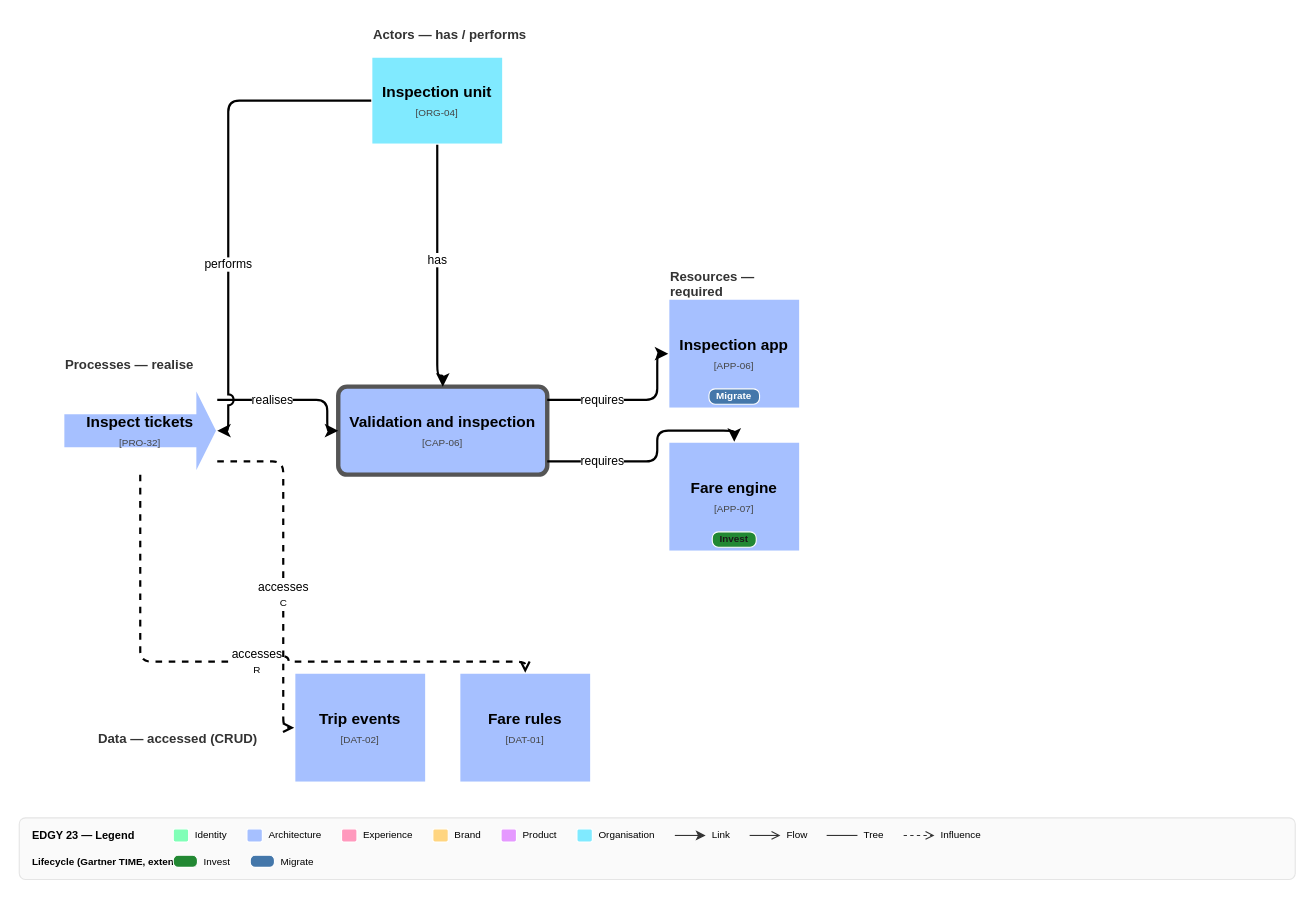
Earlier version of the draw.io diagram page "Capability · CAP-06 Validation and inspection" (2 of 4) of skills/documentation/edgy-diagram/examples/expected-capability-view.drawio (Rahola/edgy-skills). Source tidied: cells renumbered, new cells numbered last; positions are measured from the earlier drawing's top-left corner, leaving out a move shared by most shapes. Both pictures are drawn from the tidied source at 110%, with x=0, y=0 at pixel (19, 19).
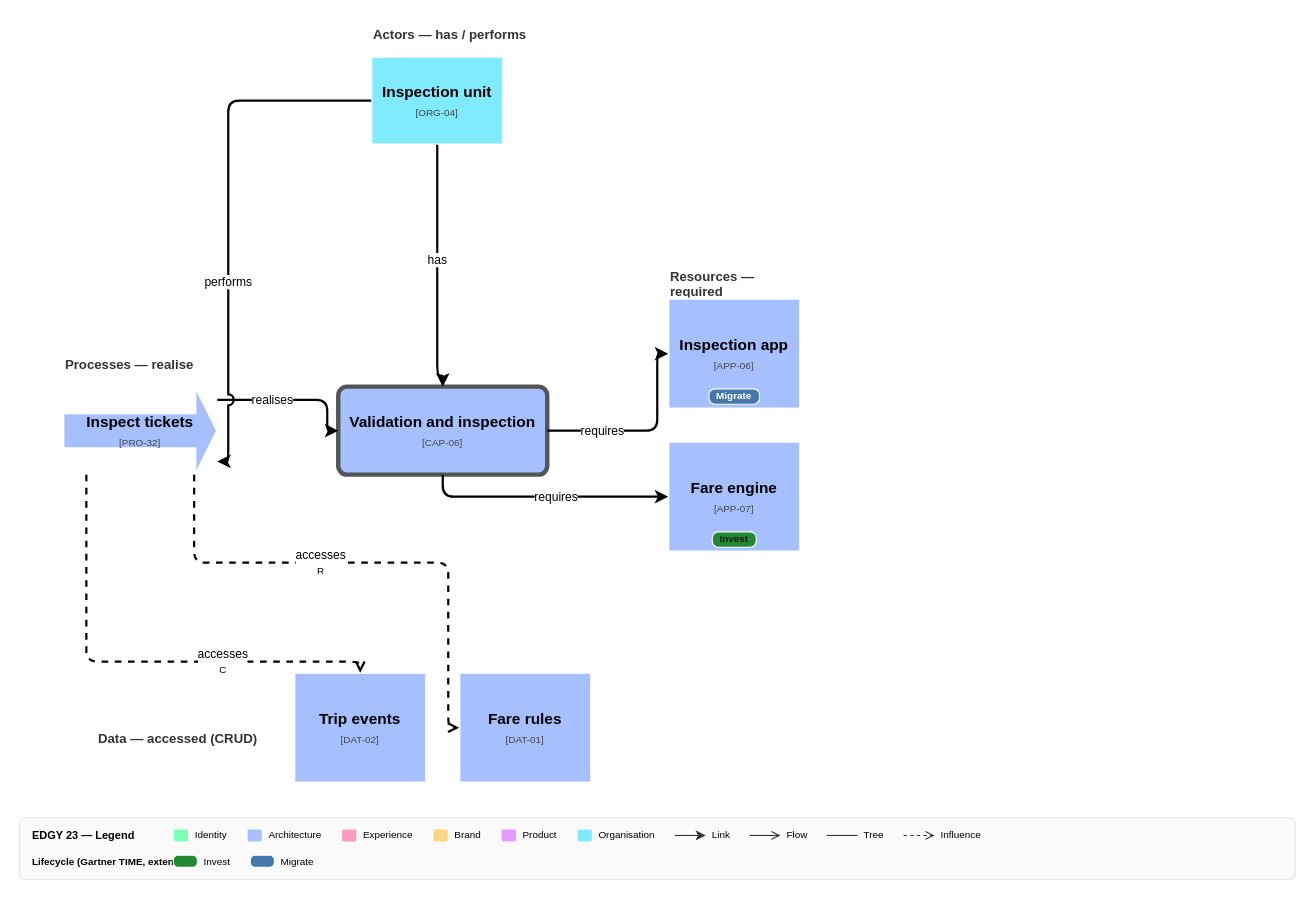
Above is the later version.

The change refers to these unchanged cells:
```xml
<mxCell id="6" value="&lt;b&gt;Validation and inspection&lt;/b&gt;&lt;br&gt;&lt;font style=&quot;font-size:9px;color:#444444;font-weight:normal&quot;&gt;[CAP-06]&lt;/font&gt;" style="rounded=1;whiteSpace=wrap;html=1;fillColor=#a6c0ff;strokeColor=#555555;strokeWidth=4;arcSize=10;verticalAlign=middle;fontStyle=1;fontSize=14;edgyId=CAP-06;edgyType=capability;edgyFacet=architecture;edgyOcc=capability-cap-06-validation-and-inspection/6;" parent="1" vertex="1">
  <mxGeometry x="290" y="334" width="190" height="80" as="geometry" />
</mxCell>
<mxCell id="7" value="&lt;b&gt;Inspect tickets&lt;/b&gt;&lt;br&gt;&lt;font style=&quot;font-size:9px;color:#444444;font-weight:normal&quot;&gt;[PRO-32]&lt;/font&gt;" style="shape=mxgraph.arrows2.arrow;dy=0.6;dx=20;notch=0;whiteSpace=wrap;html=1;fillColor=#a6c0ff;strokeColor=#FFFFFF;strokeWidth=2;verticalAlign=middle;fontStyle=1;fontSize=14;edgyId=PRO-32;edgyType=process;edgyFacet=architecture;edgyOcc=capability-cap-06-validation-and-inspection/7;" parent="1" vertex="1">
  <mxGeometry x="40" y="334" width="140" height="80" as="geometry" />
</mxCell>
<mxCell id="8" value="&lt;b&gt;Inspection app&lt;/b&gt;&lt;br&gt;&lt;font style=&quot;font-size:9px;color:#444444;font-weight:normal&quot;&gt;[APP-06]&lt;/font&gt;" style="whiteSpace=wrap;html=1;fillColor=#a6c0ff;strokeColor=#FFFFFF;strokeWidth=2;verticalAlign=middle;fontStyle=1;fontSize=14;edgyId=APP-06;edgyType=asset;edgyKind=application;edgyFacet=architecture;edgyOcc=capability-cap-06-validation-and-inspection/8;" parent="1" vertex="1">
  <mxGeometry x="590" y="254" width="120" height="100" as="geometry" />
</mxCell>
<mxCell id="10" value="&lt;b&gt;Fare engine&lt;/b&gt;&lt;br&gt;&lt;font style=&quot;font-size:9px;color:#444444;font-weight:normal&quot;&gt;[APP-07]&lt;/font&gt;" style="whiteSpace=wrap;html=1;fillColor=#a6c0ff;strokeColor=#FFFFFF;strokeWidth=2;verticalAlign=middle;fontStyle=1;fontSize=14;edgyId=APP-07;edgyType=asset;edgyKind=application;edgyFacet=architecture;edgyOcc=capability-cap-06-validation-and-inspection/10;" parent="1" vertex="1">
  <mxGeometry x="590" y="384" width="120" height="100" as="geometry" />
</mxCell>
<mxCell id="12" value="&lt;b&gt;Inspection unit&lt;/b&gt;&lt;br&gt;&lt;font style=&quot;font-size:9px;color:#444444;font-weight:normal&quot;&gt;[ORG-04]&lt;/font&gt;" style="whiteSpace=wrap;html=1;fillColor=#80eaff;strokeColor=#FFFFFF;strokeWidth=2;verticalAlign=middle;fontStyle=1;fontSize=14;edgyId=ORG-04;edgyType=organisation;edgyFacet=intersection;edgyOcc=capability-cap-06-validation-and-inspection/12;" parent="1" vertex="1">
  <mxGeometry x="320" y="34" width="120" height="80" as="geometry" />
</mxCell>
<mxCell id="13" value="&lt;b&gt;Trip events&lt;/b&gt;&lt;br&gt;&lt;font style=&quot;font-size:9px;color:#444444;font-weight:normal&quot;&gt;[DAT-02]&lt;/font&gt;" style="whiteSpace=wrap;html=1;fillColor=#a6c0ff;strokeColor=#FFFFFF;strokeWidth=2;verticalAlign=middle;fontStyle=1;fontSize=14;edgyId=DAT-02;edgyType=asset;edgyKind=data;edgyFacet=architecture;edgyOcc=capability-cap-06-validation-and-inspection/13;" parent="1" vertex="1">
  <mxGeometry x="250" y="594" width="120" height="100" as="geometry" />
</mxCell>
<mxCell id="14" value="&lt;b&gt;Fare rules&lt;/b&gt;&lt;br&gt;&lt;font style=&quot;font-size:9px;color:#444444;font-weight:normal&quot;&gt;[DAT-01]&lt;/font&gt;" style="whiteSpace=wrap;html=1;fillColor=#a6c0ff;strokeColor=#FFFFFF;strokeWidth=2;verticalAlign=middle;fontStyle=1;fontSize=14;edgyId=DAT-01;edgyType=asset;edgyKind=data;edgyFacet=architecture;edgyOcc=capability-cap-06-validation-and-inspection/14;" parent="1" vertex="1">
  <mxGeometry x="400" y="594" width="120" height="100" as="geometry" />
</mxCell>
```

The edit, as a diff of the source:
```diff
@@
-    <mxCell id="16" value="requires" style="edgeStyle=orthogonalEdgeStyle;rounded=1;strokeWidth=2;fontSize=11;html=1;jumpStyle=arc;jumpSize=8;labelBackgroundColor=#ffffff;labelBorderColor=none;endArrow=classic;endFill=1;exitX=1.0;exitY=0.15;exitDx=0;exitDy=0;entryX=0.0;entryY=0.5;entryDx=0;entryDy=0;" parent="1" edge="1" source="6" target="8">
-      <mxGeometry x="-0.34" relative="1" as="geometry">
+    <mxCell id="16" value="requires" style="edgeStyle=orthogonalEdgeStyle;rounded=1;strokeWidth=2;fontSize=11;html=1;jumpStyle=arc;jumpSize=8;labelBackgroundColor=#ffffff;labelBorderColor=none;endArrow=classic;endFill=1;exitX=1.0;exitY=0.5;exitDx=0;exitDy=0;entryX=0.0;entryY=0.5;entryDx=0;entryDy=0;" parent="1" edge="1" source="6" target="8">
+      <mxGeometry x="-0.44" relative="1" as="geometry">
         <Array as="points">
-          <mxPoint x="490" y="346" />
-          <mxPoint x="580" y="346" />
+          <mxPoint x="490" y="374" />
+          <mxPoint x="580" y="374" />
           <mxPoint x="580" y="304" />
         </Array>
       </mxGeometry>
     </mxCell>
-    <mxCell id="17" value="requires" style="edgeStyle=orthogonalEdgeStyle;rounded=1;strokeWidth=2;fontSize=11;html=1;jumpStyle=arc;jumpSize=8;labelBackgroundColor=#ffffff;labelBorderColor=none;endArrow=classic;endFill=1;exitX=1.0;exitY=0.85;exitDx=0;exitDy=0;entryX=0.5;entryY=0.0;entryDx=0;entryDy=0;" parent="1" edge="1" source="6" target="10">
-      <mxGeometry x="-0.52" relative="1" as="geometry">
+    <mxCell id="17" value="requires" style="edgeStyle=orthogonalEdgeStyle;rounded=1;strokeWidth=2;fontSize=11;html=1;jumpStyle=arc;jumpSize=8;labelBackgroundColor=#ffffff;labelBorderColor=none;endArrow=classic;endFill=1;exitX=0.5;exitY=1.0;exitDx=0;exitDy=0;entryX=0.0;entryY=0.5;entryDx=0;entryDy=0;" parent="1" edge="1" source="6" target="10">
+      <mxGeometry x="0.09" relative="1" as="geometry">
         <Array as="points">
-          <mxPoint x="490" y="402" />
-          <mxPoint x="580" y="402" />
-          <mxPoint x="580" y="374" />
-          <mxPoint x="650" y="374" />
+          <mxPoint x="385" y="424" />
+          <mxPoint x="385" y="434" />
+          <mxPoint x="580" y="434" />
         </Array>
       </mxGeometry>
     </mxCell>
@@
-    <mxCell id="19" value="performs" style="edgeStyle=orthogonalEdgeStyle;rounded=1;strokeWidth=2;fontSize=11;html=1;jumpStyle=arc;jumpSize=8;labelBackgroundColor=#ffffff;labelBorderColor=none;endArrow=classic;endFill=1;exitX=0.0;exitY=0.5;exitDx=0;exitDy=0;entryX=1.0;entryY=0.5;entryDx=0;entryDy=0;" parent="1" edge="1" source="12" target="7">
-      <mxGeometry x="0.27" relative="1" as="geometry">
+    <mxCell id="19" value="performs" style="edgeStyle=orthogonalEdgeStyle;rounded=1;strokeWidth=2;fontSize=11;html=1;jumpStyle=arc;jumpSize=8;labelBackgroundColor=#ffffff;labelBorderColor=none;endArrow=classic;endFill=1;exitX=0.0;exitY=0.5;exitDx=0;exitDy=0;entryX=1.0;entryY=0.85;entryDx=0;entryDy=0;" parent="1" edge="1" source="12" target="7">
+      <mxGeometry x="0.26" relative="1" as="geometry">
         <Array as="points">
           <mxPoint x="310" y="74" />
           <mxPoint x="190" y="74" />
-          <mxPoint x="190" y="374" />
+          <mxPoint x="190" y="402" />
         </Array>
       </mxGeometry>
     </mxCell>
-    <mxCell id="20" value="accesses&lt;br&gt;&lt;font style=&quot;font-size:9px&quot;&gt;C&lt;/font&gt;" style="edgeStyle=orthogonalEdgeStyle;rounded=1;strokeWidth=2;fontSize=11;html=1;jumpStyle=arc;jumpSize=8;labelBackgroundColor=#ffffff;labelBorderColor=none;endArrow=open;endFill=0;dashed=1;exitX=1.0;exitY=0.85;exitDx=0;exitDy=0;entryX=0.0;entryY=0.5;entryDx=0;entryDy=0;" parent="1" edge="1" source="7" target="13">
-      <mxGeometry x="0.16" relative="1" as="geometry">
+    <mxCell id="20" value="accesses&lt;br&gt;&lt;font style=&quot;font-size:9px&quot;&gt;C&lt;/font&gt;" style="edgeStyle=orthogonalEdgeStyle;rounded=1;strokeWidth=2;fontSize=11;html=1;jumpStyle=arc;jumpSize=8;labelBackgroundColor=#ffffff;labelBorderColor=none;endArrow=open;endFill=0;dashed=1;exitX=0.15;exitY=1.0;exitDx=0;exitDy=0;entryX=0.5;entryY=0.0;entryDx=0;entryDy=0;" parent="1" edge="1" source="7" target="13">
+      <mxGeometry x="0.37" relative="1" as="geometry">
         <Array as="points">
-          <mxPoint x="190" y="402" />
-          <mxPoint x="240" y="402" />
-          <mxPoint x="240" y="644" />
+          <mxPoint x="61" y="424" />
+          <mxPoint x="61" y="584" />
+          <mxPoint x="310" y="584" />
         </Array>
       </mxGeometry>
     </mxCell>
-    <mxCell id="21" value="accesses&lt;br&gt;&lt;font style=&quot;font-size:9px&quot;&gt;R&lt;/font&gt;" style="edgeStyle=orthogonalEdgeStyle;rounded=1;strokeWidth=2;fontSize=11;html=1;jumpStyle=arc;jumpSize=8;labelBackgroundColor=#ffffff;labelBorderColor=none;endArrow=open;endFill=0;dashed=1;exitX=0.5;exitY=1.0;exitDx=0;exitDy=0;entryX=0.5;entryY=0.0;entryDx=0;entryDy=0;" parent="1" edge="1" source="7" target="14">
-      <mxGeometry x="0.04" relative="1" as="geometry">
+    <mxCell id="21" value="accesses&lt;br&gt;&lt;font style=&quot;font-size:9px&quot;&gt;R&lt;/font&gt;" style="edgeStyle=orthogonalEdgeStyle;rounded=1;strokeWidth=2;fontSize=11;html=1;jumpStyle=arc;jumpSize=8;labelBackgroundColor=#ffffff;labelBorderColor=none;endArrow=open;endFill=0;dashed=1;exitX=0.85;exitY=1.0;exitDx=0;exitDy=0;entryX=0.0;entryY=0.5;entryDx=0;entryDy=0;" parent="1" edge="1" source="7" target="14">
+      <mxGeometry x="-0.17" relative="1" as="geometry">
         <Array as="points">
-          <mxPoint x="110" y="424" />
-          <mxPoint x="110" y="584" />
-          <mxPoint x="460" y="584" />
+          <mxPoint x="159" y="424" />
+          <mxPoint x="159" y="494" />
+          <mxPoint x="390" y="494" />
+          <mxPoint x="390" y="644" />
         </Array>
       </mxGeometry>
     </mxCell>
```
